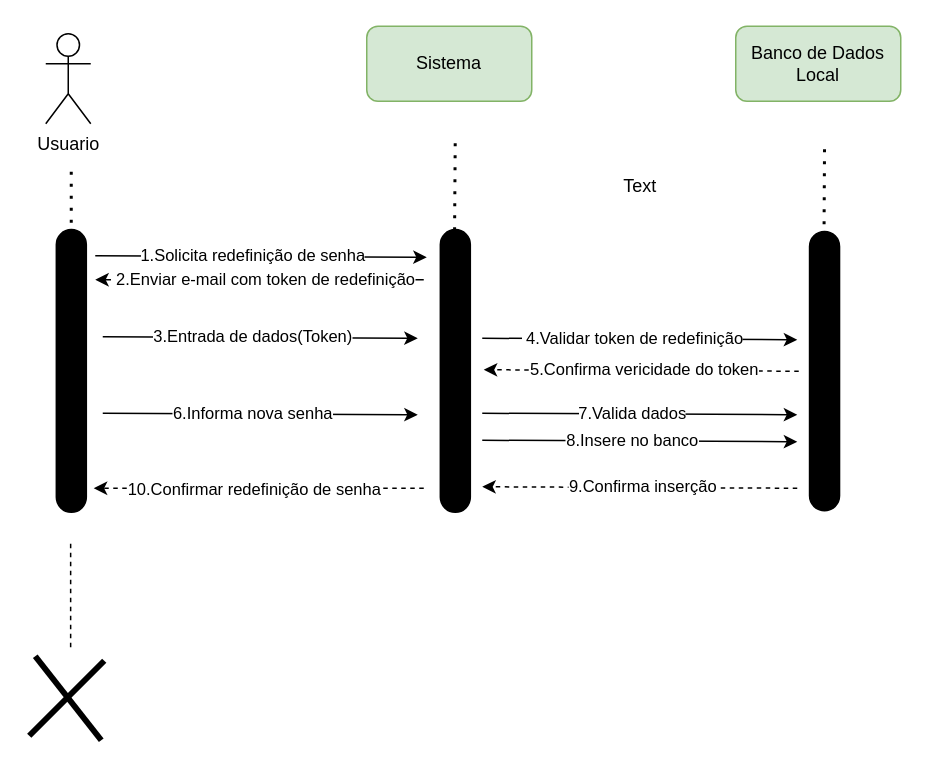
Above: diagramas Mind-i/diagrama - reset password.drawio in jacksonAdiel/Mind-i (draw.io), before the change. Source tidied: cells renumbered, new cells numbered last; positions are measured from the earlier drawing's top-left corner, leaving out a move shared by most shapes. Both pictures are drawn from the tidied source at 150%, with x=0, y=0 at pixel (-70, 26).
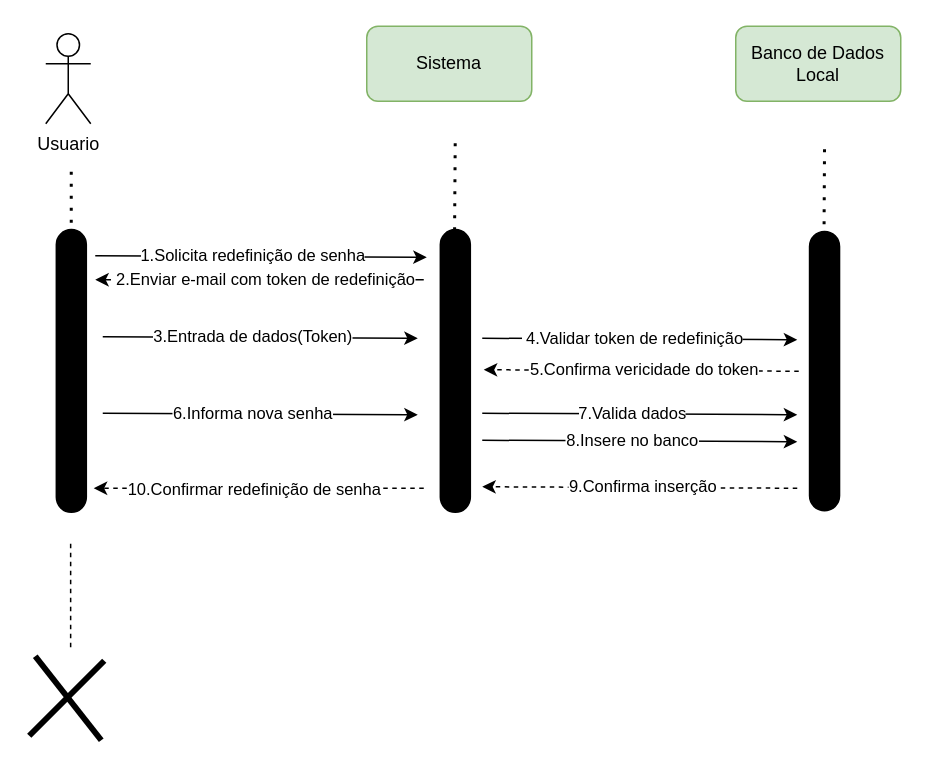
After the change.

Change to the diagram source:
```diff
@@
-    <mxCell id="34" value="Text" style="text;html=1;align=center;verticalAlign=middle;strokeColor=none;fillColor=none;" parent="1" vertex="1">
-      <mxGeometry x="448" y="92" width="50" height="30" as="geometry" />
-    </mxCell>
```
